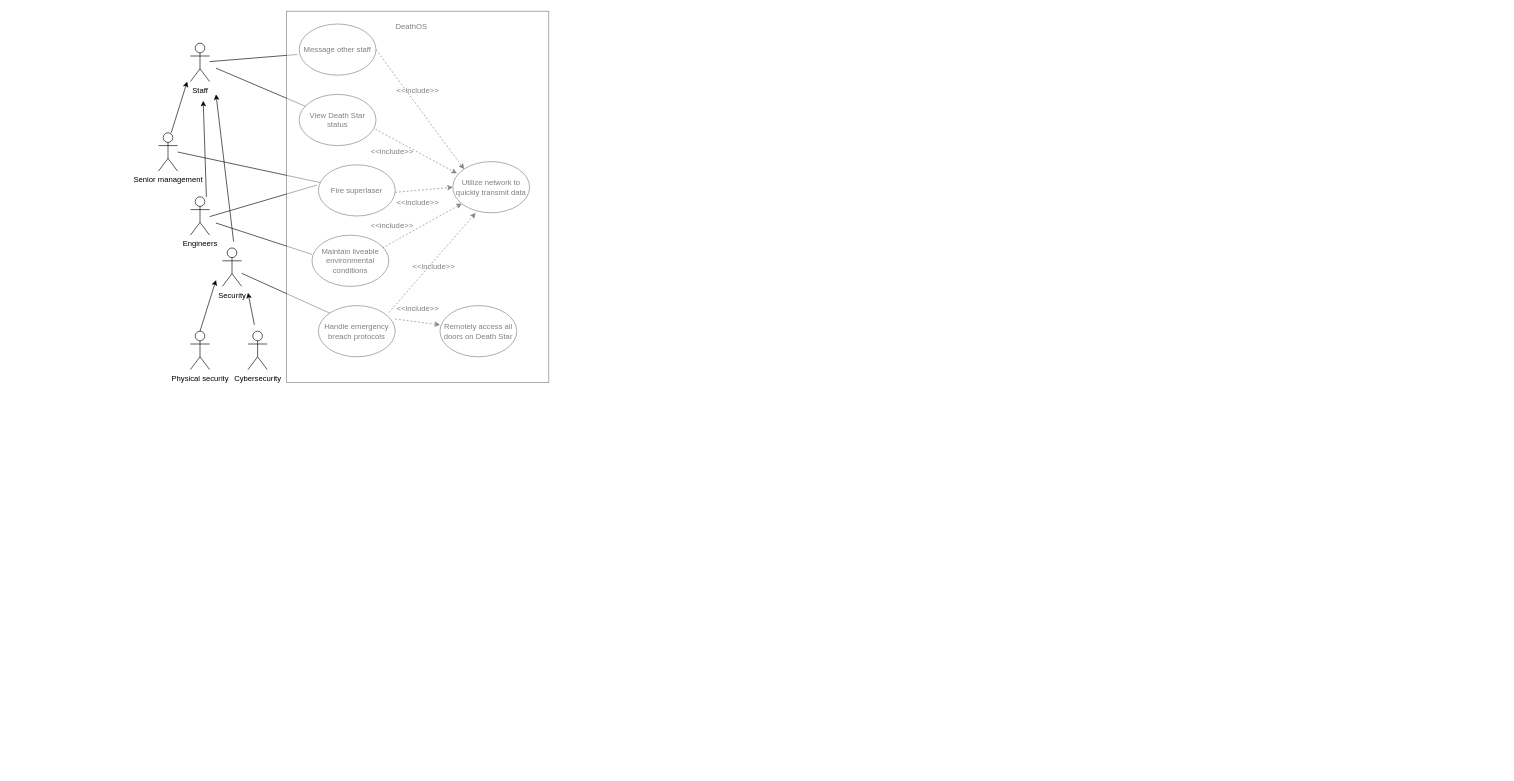
kzdxblord/kzdxblord.github.io keeps this draw.io diagram as use-case.drawio. Above is the earlier version. Source tidied: cells renumbered, new cells numbered last; positions are measured from the earlier drawing's top-left corner, leaving out a move shared by most shapes. Both pictures are drawn from the tidied source at 64%, with x=0, y=0 at pixel (158, 11).
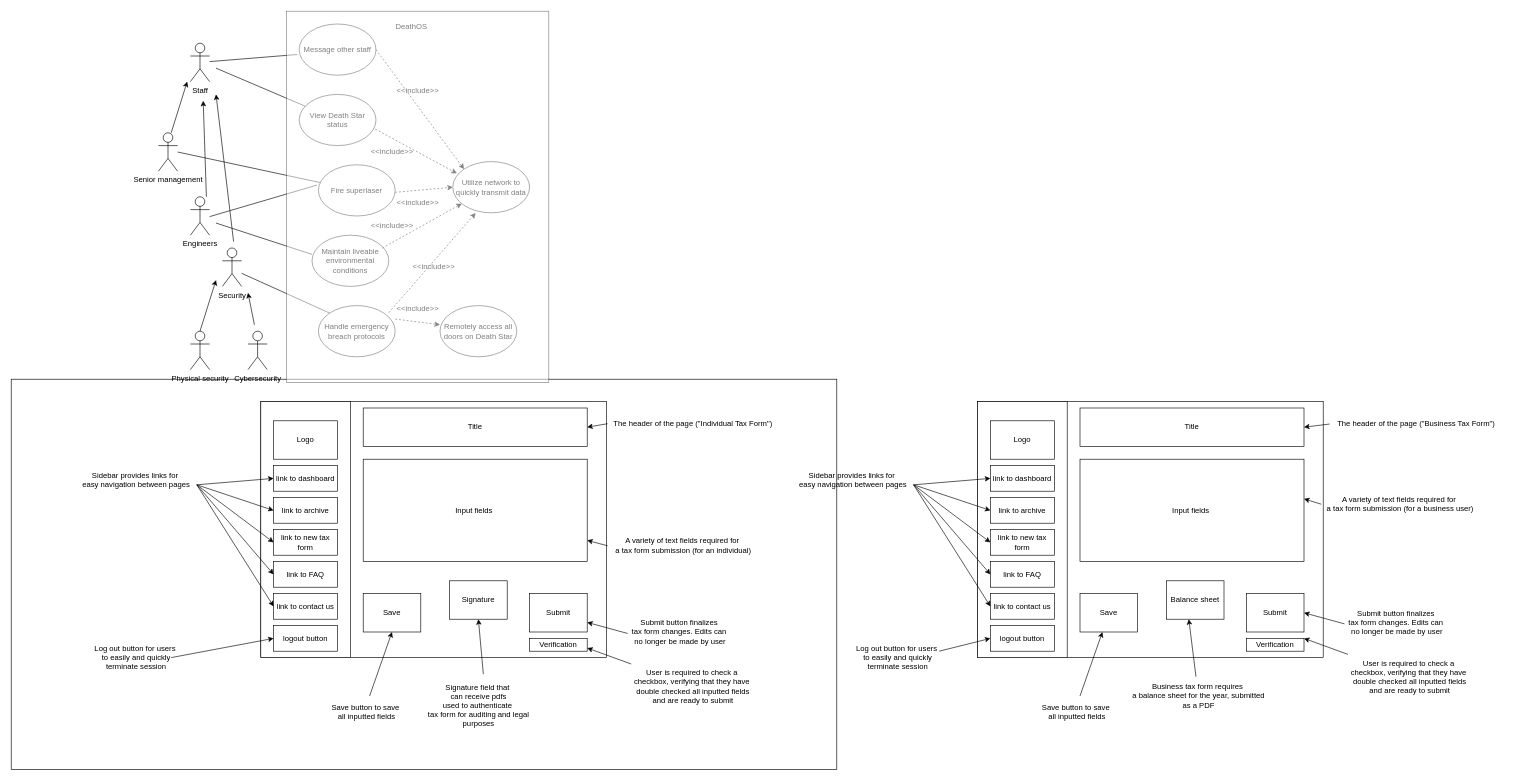
The same page after the edit.

The edit, as a diff of the source:
```diff
@@
+    <mxCell id="40" style="rounded=0;whiteSpace=wrap;html=1;" parent="1" vertex="1">
+      <mxGeometry x="-230" y="575" width="1290" height="610" as="geometry" />
+    </mxCell>
+    <mxCell id="41" style="rounded=0;whiteSpace=wrap;html=1;" parent="1" vertex="1">
+      <mxGeometry x="160" y="610" width="540" height="400" as="geometry" />
+    </mxCell>
+    <mxCell id="42" style="rounded=0;whiteSpace=wrap;html=1;" parent="1" vertex="1">
+      <mxGeometry x="160" y="610" width="140" height="400" as="geometry" />
+    </mxCell>
@@
+    <mxCell id="43" value="Logo" style="rounded=0;whiteSpace=wrap;html=1;" parent="1" vertex="1">
+      <mxGeometry x="180" y="640" width="100" height="60" as="geometry" />
+    </mxCell>
+    <mxCell id="44" value="link to dashboard" style="rounded=0;whiteSpace=wrap;html=1;" parent="1" vertex="1">
+      <mxGeometry x="180" y="710" width="100" height="40" as="geometry" />
+    </mxCell>
+    <mxCell id="45" value="link to archive" style="rounded=0;whiteSpace=wrap;html=1;" parent="1" vertex="1">
+      <mxGeometry x="180" y="760" width="100" height="40" as="geometry" />
+    </mxCell>
+    <mxCell id="46" value="link to new tax form" style="rounded=0;whiteSpace=wrap;html=1;" parent="1" vertex="1">
+      <mxGeometry x="180" y="810" width="100" height="40" as="geometry" />
+    </mxCell>
+    <mxCell id="47" value="link to FAQ" style="rounded=0;whiteSpace=wrap;html=1;" parent="1" vertex="1">
+      <mxGeometry x="180" y="860" width="100" height="40" as="geometry" />
+    </mxCell>
+    <mxCell id="48" value="link to contact us" style="rounded=0;whiteSpace=wrap;html=1;" parent="1" vertex="1">
+      <mxGeometry x="180" y="910" width="100" height="40" as="geometry" />
+    </mxCell>
+    <mxCell id="49" value="logout button" style="rounded=0;whiteSpace=wrap;html=1;" parent="1" vertex="1">
+      <mxGeometry x="180" y="960" width="100" height="40" as="geometry" />
+    </mxCell>
+    <mxCell id="50" value="Title" style="rounded=0;whiteSpace=wrap;html=1;" parent="1" vertex="1">
+      <mxGeometry x="320" y="620" width="350" height="60" as="geometry" />
+    </mxCell>
+    <mxCell id="51" value="Input fields&amp;nbsp;" style="rounded=0;whiteSpace=wrap;html=1;" parent="1" vertex="1">
+      <mxGeometry x="320" y="700" width="350" height="160" as="geometry" />
+    </mxCell>
+    <mxCell id="52" value="Signature" style="rounded=0;whiteSpace=wrap;html=1;" parent="1" vertex="1">
+      <mxGeometry x="455" y="890" width="90" height="60" as="geometry" />
+    </mxCell>
+    <mxCell id="53" value="Save" style="rounded=0;whiteSpace=wrap;html=1;" parent="1" vertex="1">
+      <mxGeometry x="320" y="910" width="90" height="60" as="geometry" />
+    </mxCell>
+    <mxCell id="54" value="Submit" style="rounded=0;whiteSpace=wrap;html=1;" parent="1" vertex="1">
+      <mxGeometry x="580" y="910" width="90" height="60" as="geometry" />
+    </mxCell>
+    <mxCell id="55" value="Verification" style="rounded=0;whiteSpace=wrap;html=1;" parent="1" vertex="1">
+      <mxGeometry x="580" y="980" width="90" height="20" as="geometry" />
+    </mxCell>
+    <mxCell id="56" style="rounded=0;whiteSpace=wrap;html=1;" parent="1" vertex="1">
+      <mxGeometry x="1280" y="610" width="540" height="400" as="geometry" />
+    </mxCell>
+    <mxCell id="57" style="rounded=0;whiteSpace=wrap;html=1;" parent="1" vertex="1">
+      <mxGeometry x="1280" y="610" width="140" height="400" as="geometry" />
+    </mxCell>
+    <mxCell id="58" value="Logo" style="rounded=0;whiteSpace=wrap;html=1;" parent="1" vertex="1">
+      <mxGeometry x="1300" y="640" width="100" height="60" as="geometry" />
+    </mxCell>
+    <mxCell id="59" value="link to dashboard" style="rounded=0;whiteSpace=wrap;html=1;" parent="1" vertex="1">
+      <mxGeometry x="1300" y="710" width="100" height="40" as="geometry" />
+    </mxCell>
+    <mxCell id="60" value="link to archive" style="rounded=0;whiteSpace=wrap;html=1;" parent="1" vertex="1">
+      <mxGeometry x="1300" y="760" width="100" height="40" as="geometry" />
+    </mxCell>
+    <mxCell id="61" value="link to new tax form" style="rounded=0;whiteSpace=wrap;html=1;" parent="1" vertex="1">
+      <mxGeometry x="1300" y="810" width="100" height="40" as="geometry" />
+    </mxCell>
+    <mxCell id="62" value="link to FAQ" style="rounded=0;whiteSpace=wrap;html=1;" parent="1" vertex="1">
+      <mxGeometry x="1300" y="860" width="100" height="40" as="geometry" />
+    </mxCell>
+    <mxCell id="63" value="link to contact us" style="rounded=0;whiteSpace=wrap;html=1;" parent="1" vertex="1">
+      <mxGeometry x="1300" y="910" width="100" height="40" as="geometry" />
+    </mxCell>
+    <mxCell id="64" value="logout button" style="rounded=0;whiteSpace=wrap;html=1;" parent="1" vertex="1">
+      <mxGeometry x="1300" y="960" width="100" height="40" as="geometry" />
+    </mxCell>
+    <mxCell id="65" value="Title" style="rounded=0;whiteSpace=wrap;html=1;" parent="1" vertex="1">
+      <mxGeometry x="1440" y="620" width="350" height="60" as="geometry" />
+    </mxCell>
+    <mxCell id="66" value="Input fields&amp;nbsp;" style="rounded=0;whiteSpace=wrap;html=1;" parent="1" vertex="1">
+      <mxGeometry x="1440" y="700" width="350" height="160" as="geometry" />
+    </mxCell>
+    <mxCell id="67" value="Balance sheet" style="rounded=0;whiteSpace=wrap;html=1;" parent="1" vertex="1">
+      <mxGeometry x="1575" y="890" width="90" height="60" as="geometry" />
+    </mxCell>
+    <mxCell id="68" value="Save" style="rounded=0;whiteSpace=wrap;html=1;" parent="1" vertex="1">
+      <mxGeometry x="1440" y="910" width="90" height="60" as="geometry" />
+    </mxCell>
+    <mxCell id="69" value="Submit" style="rounded=0;whiteSpace=wrap;html=1;" parent="1" vertex="1">
+      <mxGeometry x="1700" y="910" width="90" height="60" as="geometry" />
+    </mxCell>
+    <mxCell id="70" value="Verification" style="rounded=0;whiteSpace=wrap;html=1;" parent="1" vertex="1">
+      <mxGeometry x="1700" y="980" width="90" height="20" as="geometry" />
+    </mxCell>
+    <mxCell id="71" value="Sidebar provides links for&amp;nbsp;&lt;div&gt;easy navigation between pages&lt;div&gt;&lt;br&gt;&lt;/div&gt;&lt;/div&gt;" style="text;html=1;align=center;verticalAlign=middle;strokeColor=none;fillColor=none;" parent="1" vertex="1">
+      <mxGeometry x="-130" y="710" width="190" height="60" as="geometry" />
+    </mxCell>
+    <mxCell id="72" style="endArrow=classic;html=1;rounded=0;entryX=0;entryY=0.5;entryDx=0;entryDy=0;" parent="1" edge="1" target="44">
+      <mxGeometry relative="1" as="geometry">
+        <mxPoint x="60" y="740" as="sourcePoint" />
+      </mxGeometry>
+    </mxCell>
+    <mxCell id="73" style="endArrow=classic;html=1;rounded=0;entryX=0;entryY=0.5;entryDx=0;entryDy=0;" parent="1" edge="1" target="45">
+      <mxGeometry relative="1" as="geometry">
+        <mxPoint x="60" y="740" as="sourcePoint" />
+      </mxGeometry>
+    </mxCell>
+    <mxCell id="74" style="endArrow=classic;html=1;rounded=0;entryX=0;entryY=0.5;entryDx=0;entryDy=0;" parent="1" edge="1" target="46">
+      <mxGeometry relative="1" as="geometry">
+        <mxPoint x="60" y="740" as="sourcePoint" />
+      </mxGeometry>
+    </mxCell>
+    <mxCell id="75" style="endArrow=classic;html=1;rounded=0;entryX=0;entryY=0.5;entryDx=0;entryDy=0;" parent="1" edge="1" target="47">
+      <mxGeometry relative="1" as="geometry">
+        <mxPoint x="60" y="740" as="sourcePoint" />
+      </mxGeometry>
+    </mxCell>
+    <mxCell id="76" style="endArrow=classic;html=1;rounded=0;entryX=0;entryY=0.5;entryDx=0;entryDy=0;" parent="1" edge="1" target="48">
+      <mxGeometry relative="1" as="geometry">
+        <mxPoint x="60" y="740" as="sourcePoint" />
+      </mxGeometry>
+    </mxCell>
+    <mxCell id="77" value="&lt;div&gt;&lt;div&gt;Save button to save&amp;nbsp;&lt;/div&gt;&lt;div&gt;all inputted fields&lt;/div&gt;&lt;/div&gt;" style="text;html=1;align=center;verticalAlign=middle;strokeColor=none;fillColor=none;" parent="1" vertex="1">
+      <mxGeometry x="260" y="1075" width="130" height="40" as="geometry" />
+    </mxCell>
+    <mxCell id="78" value="&lt;div&gt;&lt;div&gt;Submit button finalizes&amp;nbsp;&lt;/div&gt;&lt;/div&gt;&lt;div&gt;tax form changes. Edits can&amp;nbsp;&lt;/div&gt;&lt;div&gt;no longer be made by user&lt;/div&gt;" style="text;html=1;align=center;verticalAlign=middle;points=[];strokeColor=none;fillColor=none;" parent="1" vertex="1">
+      <mxGeometry x="730" y="940" width="170" height="60" as="geometry" />
+    </mxCell>
+    <mxCell id="79" value="Sidebar provides links for&amp;nbsp;&lt;div&gt;easy navigation between pages&lt;div&gt;&lt;br&gt;&lt;/div&gt;&lt;/div&gt;" style="text;html=1;align=center;verticalAlign=middle;strokeColor=none;fillColor=none;" parent="1" vertex="1">
+      <mxGeometry x="990" y="710" width="190" height="60" as="geometry" />
+    </mxCell>
+    <mxCell id="80" style="endArrow=classic;html=1;rounded=0;entryX=0;entryY=0.5;entryDx=0;entryDy=0;" parent="1" edge="1">
+      <mxGeometry relative="1" as="geometry">
+        <mxPoint x="1180" y="740" as="sourcePoint" />
+        <mxPoint x="1300" y="730" as="targetPoint" />
+      </mxGeometry>
+    </mxCell>
+    <mxCell id="81" style="endArrow=classic;html=1;rounded=0;entryX=0;entryY=0.5;entryDx=0;entryDy=0;" parent="1" edge="1">
+      <mxGeometry relative="1" as="geometry">
+        <mxPoint x="1180" y="740" as="sourcePoint" />
+        <mxPoint x="1300" y="780" as="targetPoint" />
+      </mxGeometry>
+    </mxCell>
+    <mxCell id="82" style="endArrow=classic;html=1;rounded=0;entryX=0;entryY=0.5;entryDx=0;entryDy=0;" parent="1" edge="1">
+      <mxGeometry relative="1" as="geometry">
+        <mxPoint x="1180" y="740" as="sourcePoint" />
+        <mxPoint x="1300" y="830" as="targetPoint" />
+      </mxGeometry>
+    </mxCell>
+    <mxCell id="83" style="endArrow=classic;html=1;rounded=0;entryX=0;entryY=0.5;entryDx=0;entryDy=0;" parent="1" edge="1">
+      <mxGeometry relative="1" as="geometry">
+        <mxPoint x="1180" y="740" as="sourcePoint" />
+        <mxPoint x="1300" y="880" as="targetPoint" />
+      </mxGeometry>
+    </mxCell>
+    <mxCell id="84" style="endArrow=classic;html=1;rounded=0;entryX=0;entryY=0.5;entryDx=0;entryDy=0;" parent="1" edge="1">
+      <mxGeometry relative="1" as="geometry">
+        <mxPoint x="1180" y="740" as="sourcePoint" />
+        <mxPoint x="1300" y="930" as="targetPoint" />
+      </mxGeometry>
+    </mxCell>
+    <mxCell id="85" value="User is required to check a&amp;nbsp;&lt;div&gt;checkbox, verifying that they have&amp;nbsp;&lt;/div&gt;&lt;div&gt;double checked all inputted fields&lt;/div&gt;&lt;div&gt;and are ready to submit&lt;/div&gt;" style="text;html=1;align=center;verticalAlign=middle;points=[];strokeColor=none;fillColor=none;" parent="1" vertex="1">
+      <mxGeometry x="730" y="1020" width="210" height="70" as="geometry" />
+    </mxCell>
+    <mxCell id="86" value="&lt;div&gt;&lt;div&gt;Signature field that&amp;nbsp;&lt;/div&gt;&lt;div&gt;can receive pdfs&lt;/div&gt;&lt;div&gt;used to authenticate&amp;nbsp;&lt;/div&gt;&lt;/div&gt;&lt;div&gt;tax form for auditing and legal&lt;/div&gt;&lt;div&gt;purposes&lt;/div&gt;" style="text;html=1;align=center;verticalAlign=middle;points=[];strokeColor=none;fillColor=none;" parent="1" vertex="1">
+      <mxGeometry x="410" y="1040" width="180" height="90" as="geometry" />
+    </mxCell>
+    <mxCell id="87" value="A variety of text fields required for&amp;nbsp;&lt;div&gt;a tax form submission (for an individual)&lt;/div&gt;" style="text;html=1;align=center;verticalAlign=middle;points=[];strokeColor=none;fillColor=none;" parent="1" vertex="1">
+      <mxGeometry x="700" y="815" width="240" height="40" as="geometry" />
+    </mxCell>
+    <mxCell id="88" value="The header of the page (&quot;Individual Tax Form&quot;)" style="text;html=1;align=center;verticalAlign=middle;points=[];strokeColor=none;fillColor=none;" parent="1" vertex="1">
+      <mxGeometry x="700" y="630" width="270" height="30" as="geometry" />
+    </mxCell>
+    <mxCell id="89" style="endArrow=classic;html=1;rounded=0;exitX=0.007;exitY=0.485;exitDx=0;exitDy=0;exitPerimeter=0;entryX=1;entryY=0.5;entryDx=0;entryDy=0;" parent="1" edge="1" source="88" target="50">
+      <mxGeometry relative="1" as="geometry" />
+    </mxCell>
+    <mxCell id="90" style="endArrow=classic;html=1;rounded=0;exitX=0.008;exitY=0.508;exitDx=0;exitDy=0;exitPerimeter=0;" parent="1" edge="1" source="87" target="51">
+      <mxGeometry relative="1" as="geometry" />
+    </mxCell>
+    <mxCell id="91" style="endArrow=classic;html=1;rounded=0;entryX=1;entryY=0.75;entryDx=0;entryDy=0;" parent="1" edge="1" source="85" target="55">
+      <mxGeometry relative="1" as="geometry" />
+    </mxCell>
+    <mxCell id="92" style="endArrow=classic;html=1;rounded=0;entryX=1;entryY=0.75;entryDx=0;entryDy=0;exitX=0.019;exitY=0.538;exitDx=0;exitDy=0;exitPerimeter=0;" parent="1" edge="1" source="78" target="54">
+      <mxGeometry relative="1" as="geometry" />
+    </mxCell>
+    <mxCell id="93" style="endArrow=classic;html=1;rounded=0;entryX=0.5;entryY=1;entryDx=0;entryDy=0;exitX=0.543;exitY=-0.046;exitDx=0;exitDy=0;exitPerimeter=0;" parent="1" edge="1" source="86" target="52">
+      <mxGeometry relative="1" as="geometry" />
+    </mxCell>
+    <mxCell id="94" style="endArrow=classic;html=1;rounded=0;entryX=0.5;entryY=1;entryDx=0;entryDy=0;" parent="1" edge="1" target="53">
+      <mxGeometry relative="1" as="geometry">
+        <mxPoint x="330" y="1070" as="sourcePoint" />
+      </mxGeometry>
+    </mxCell>
+    <mxCell id="95" value="Log out button for users&amp;nbsp;&lt;div&gt;to easily and quickly&lt;/div&gt;&lt;div&gt;terminate session&lt;/div&gt;" style="text;html=1;align=center;verticalAlign=middle;strokeColor=none;fillColor=none;" parent="1" vertex="1">
+      <mxGeometry x="-110" y="980" width="150" height="60" as="geometry" />
+    </mxCell>
+    <mxCell id="96" style="endArrow=classic;html=1;rounded=0;entryX=0;entryY=0.5;entryDx=0;entryDy=0;" parent="1" edge="1" target="49">
+      <mxGeometry relative="1" as="geometry">
+        <mxPoint x="20" y="1010" as="sourcePoint" />
+      </mxGeometry>
+    </mxCell>
+    <mxCell id="97" value="Log out button for users&amp;nbsp;&lt;div&gt;to easily and quickly&lt;/div&gt;&lt;div&gt;terminate session&lt;/div&gt;" style="text;html=1;align=center;verticalAlign=middle;strokeColor=none;fillColor=none;" parent="1" vertex="1">
+      <mxGeometry x="1080" y="980" width="150" height="60" as="geometry" />
+    </mxCell>
+    <mxCell id="98" style="endArrow=classic;html=1;rounded=0;entryX=0;entryY=0.5;entryDx=0;entryDy=0;" parent="1" edge="1">
+      <mxGeometry relative="1" as="geometry">
+        <mxPoint x="1220" y="1000" as="sourcePoint" />
+        <mxPoint x="1300" y="980" as="targetPoint" />
+      </mxGeometry>
+    </mxCell>
+    <mxCell id="99" value="&lt;div&gt;&lt;div&gt;Submit button finalizes&amp;nbsp;&lt;/div&gt;&lt;/div&gt;&lt;div&gt;tax form changes. Edits can&amp;nbsp;&lt;/div&gt;&lt;div&gt;no longer be made by user&lt;/div&gt;" style="text;html=1;align=center;verticalAlign=middle;points=[];strokeColor=none;fillColor=none;" parent="1" vertex="1">
+      <mxGeometry x="1850" y="925" width="170" height="60" as="geometry" />
+    </mxCell>
+    <mxCell id="100" value="User is required to check a&amp;nbsp;&lt;div&gt;checkbox, verifying that they have&amp;nbsp;&lt;/div&gt;&lt;div&gt;double checked all inputted fields&lt;/div&gt;&lt;div&gt;and are ready to submit&lt;/div&gt;" style="text;html=1;align=center;verticalAlign=middle;points=[];strokeColor=none;fillColor=none;" parent="1" vertex="1">
+      <mxGeometry x="1850" y="1005" width="210" height="70" as="geometry" />
+    </mxCell>
+    <mxCell id="101" style="endArrow=classic;html=1;rounded=0;entryX=1;entryY=0.75;entryDx=0;entryDy=0;" parent="1" edge="1" source="100">
+      <mxGeometry relative="1" as="geometry">
+        <mxPoint x="1790" y="980" as="targetPoint" />
+      </mxGeometry>
+    </mxCell>
+    <mxCell id="102" style="endArrow=classic;html=1;rounded=0;entryX=1;entryY=0.75;entryDx=0;entryDy=0;exitX=0.019;exitY=0.538;exitDx=0;exitDy=0;exitPerimeter=0;" parent="1" edge="1" source="99">
+      <mxGeometry relative="1" as="geometry">
+        <mxPoint x="1790" y="940" as="targetPoint" />
+      </mxGeometry>
+    </mxCell>
+    <mxCell id="103" value="&lt;div&gt;&lt;div&gt;Save button to save&amp;nbsp;&lt;/div&gt;&lt;div&gt;all inputted fields&lt;/div&gt;&lt;/div&gt;" style="text;html=1;align=center;verticalAlign=middle;strokeColor=none;fillColor=none;" parent="1" vertex="1">
+      <mxGeometry x="1370" y="1075" width="130" height="40" as="geometry" />
+    </mxCell>
+    <mxCell id="104" style="endArrow=classic;html=1;rounded=0;entryX=0.5;entryY=1;entryDx=0;entryDy=0;" parent="1" edge="1">
+      <mxGeometry relative="1" as="geometry">
+        <mxPoint x="1440" y="1070" as="sourcePoint" />
+        <mxPoint x="1475" y="970" as="targetPoint" />
+      </mxGeometry>
+    </mxCell>
+    <mxCell id="105" value="A variety of text fields required for&amp;nbsp;&lt;div&gt;a tax form submission (for a business user)&lt;/div&gt;" style="text;html=1;align=center;verticalAlign=middle;points=[];strokeColor=none;fillColor=none;" parent="1" vertex="1">
+      <mxGeometry x="1815" y="750" width="250" height="40" as="geometry" />
+    </mxCell>
+    <mxCell id="106" style="endArrow=classic;html=1;rounded=0;exitX=0.008;exitY=0.508;exitDx=0;exitDy=0;exitPerimeter=0;" parent="1" edge="1" source="105">
+      <mxGeometry relative="1" as="geometry">
+        <mxPoint x="1790" y="762" as="targetPoint" />
+      </mxGeometry>
+    </mxCell>
+    <mxCell id="107" value="The header of the page (&quot;Business Tax Form&quot;)" style="text;html=1;align=center;verticalAlign=middle;points=[];strokeColor=none;fillColor=none;" parent="1" vertex="1">
+      <mxGeometry x="1830" y="630" width="270" height="30" as="geometry" />
+    </mxCell>
+    <mxCell id="108" style="endArrow=classic;html=1;rounded=0;exitX=0;exitY=0.502;exitDx=0;exitDy=0;exitPerimeter=0;entryX=1;entryY=0.5;entryDx=0;entryDy=0;" parent="1" edge="1" source="107" target="65">
+      <mxGeometry relative="1" as="geometry" />
+    </mxCell>
+    <mxCell id="109" value="Business tax form requires&amp;nbsp;&lt;div&gt;a balance sheet for the year, submitted&lt;/div&gt;&lt;div&gt;as a PDF&lt;/div&gt;" style="text;html=1;align=center;verticalAlign=middle;points=[];strokeColor=none;fillColor=none;" parent="1" vertex="1">
+      <mxGeometry x="1510" y="1040" width="230" height="60" as="geometry" />
+    </mxCell>
+    <mxCell id="110" style="endArrow=classic;html=1;rounded=0;entryX=0.5;entryY=1;entryDx=0;entryDy=0;" parent="1" edge="1" source="109">
+      <mxGeometry relative="1" as="geometry">
+        <mxPoint x="1610" y="950" as="targetPoint" />
+      </mxGeometry>
+    </mxCell>
```
